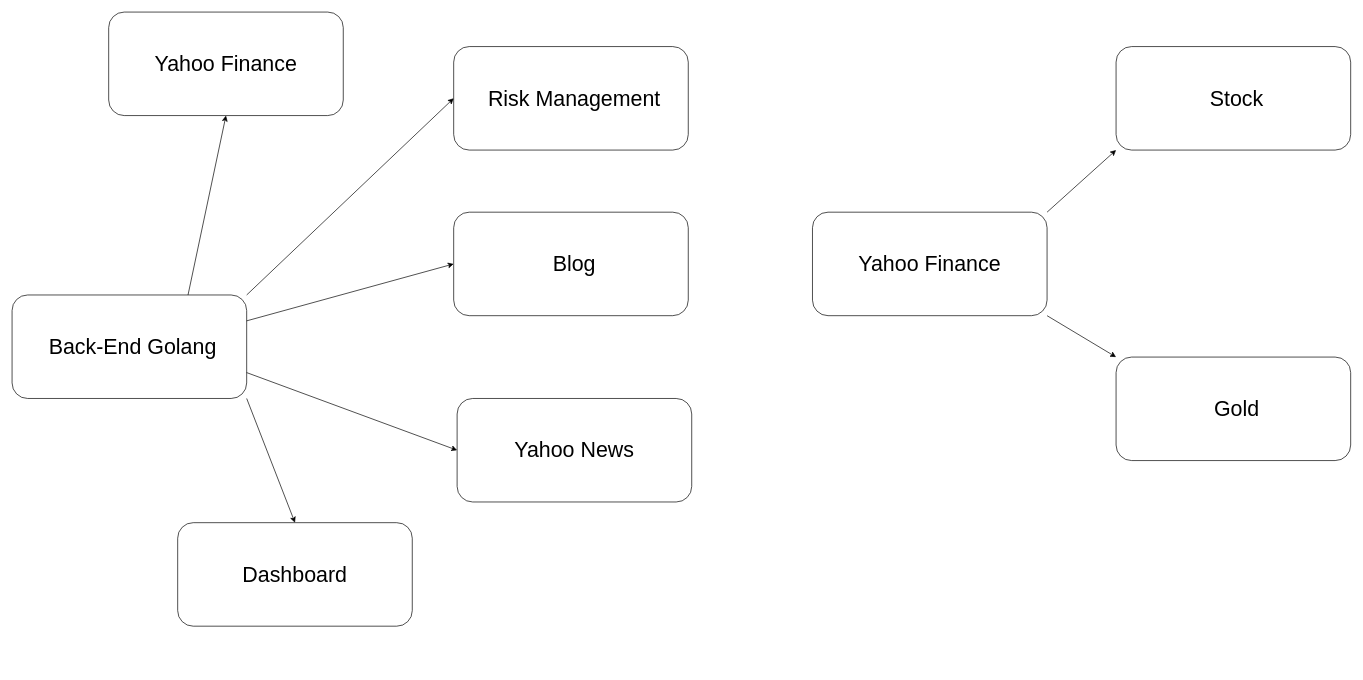
nes224/Golang-Quant-ML-Trading-Platform keeps this draw.io diagram as quant.drawio. Above is the earlier version. Source tidied: cells renumbered, new cells numbered last; positions are measured from the earlier drawing's top-left corner, leaving out a move shared by most shapes. Both pictures are drawn from the tidied source at 69%, with x=0, y=0 at pixel (12, 12).
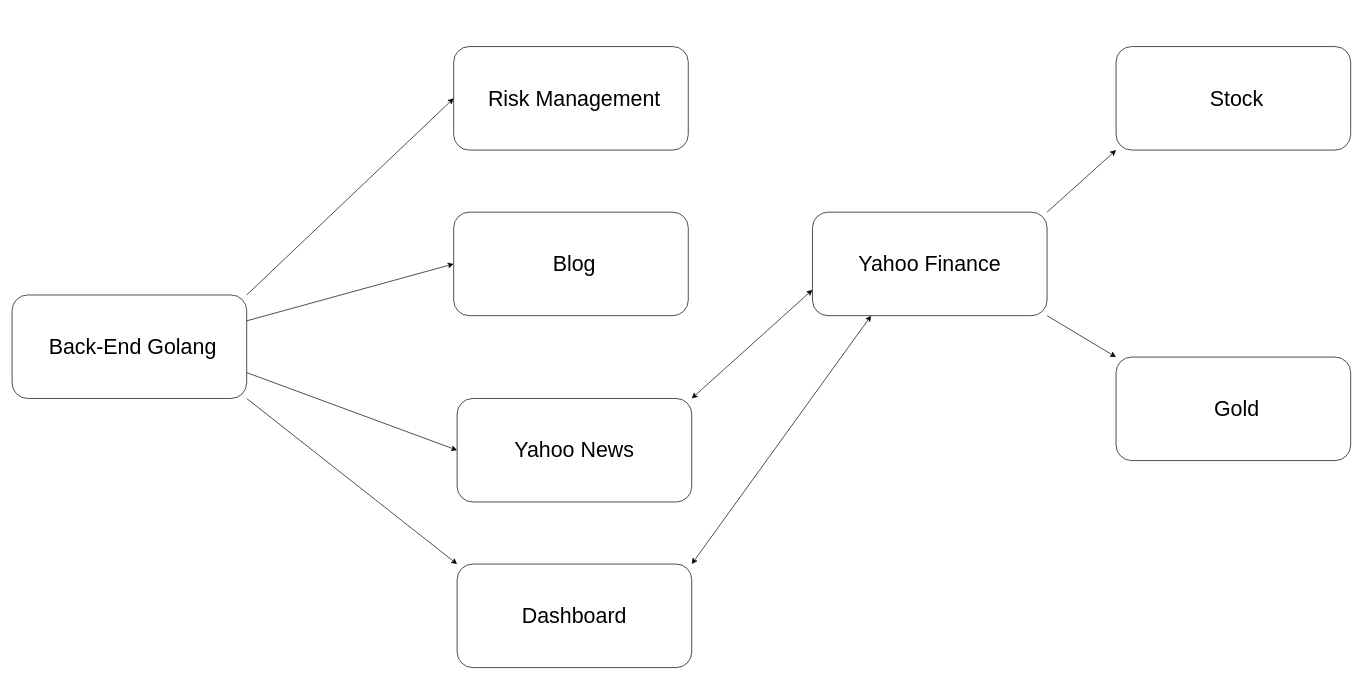
The same page after the edit.

Unchanged cells that the change refers to:
```xml
<mxCell id="2" style="rounded=1;whiteSpace=wrap;html=1;" parent="1" vertex="1">
  <mxGeometry y="410" width="340" height="150" as="geometry" />
</mxCell>
<mxCell id="8" style="rounded=1;whiteSpace=wrap;html=1;" parent="1" vertex="1">
  <mxGeometry x="645" y="560" width="340" height="150" as="geometry" />
</mxCell>
<mxCell id="19" style="rounded=1;whiteSpace=wrap;html=1;" parent="1" vertex="1">
  <mxGeometry x="1160" y="290" width="340" height="150" as="geometry" />
</mxCell>
```

Diff of the diagram source:
```diff
@@
     <mxCell id="13" style="rounded=1;whiteSpace=wrap;html=1;" parent="1" vertex="1">
-      <mxGeometry x="240" y="740" width="340" height="150" as="geometry" />
+      <mxGeometry x="645" y="800" width="340" height="150" as="geometry" />
     </mxCell>
     <mxCell id="14" value="&lt;span style=&quot;font-size: 31px;&quot;&gt;Dashboard&lt;/span&gt;" style="text;html=1;whiteSpace=wrap;strokeColor=none;fillColor=none;align=center;verticalAlign=middle;rounded=0;fontFamily=Helvetica;fontSize=12;fontColor=default;" parent="1" vertex="1">
-      <mxGeometry x="265" y="800" width="290" height="30" as="geometry" />
+      <mxGeometry x="670" y="860" width="290" height="30" as="geometry" />
     </mxCell>
-    <mxCell id="15" style="endArrow=classic;html=1;rounded=0;fontFamily=Helvetica;fontSize=12;fontColor=default;exitX=1;exitY=1;exitDx=0;exitDy=0;entryX=0.5;entryY=0;entryDx=0;entryDy=0;" parent="1" edge="1" source="2" target="13">
+    <mxCell id="15" style="endArrow=classic;html=1;rounded=0;fontFamily=Helvetica;fontSize=12;fontColor=default;exitX=1;exitY=1;exitDx=0;exitDy=0;entryX=0;entryY=0;entryDx=0;entryDy=0;" parent="1" edge="1" source="2" target="13">
       <mxGeometry relative="1" as="geometry" />
     </mxCell>
-    <mxCell id="16" style="rounded=1;whiteSpace=wrap;html=1;" parent="1" vertex="1">
-      <mxGeometry x="140" width="340" height="150" as="geometry" />
-    </mxCell>
-    <mxCell id="17" value="&lt;span style=&quot;font-size: 31px;&quot;&gt;Yahoo Finance&lt;/span&gt;" style="text;html=1;whiteSpace=wrap;strokeColor=none;fillColor=none;align=center;verticalAlign=middle;rounded=0;fontFamily=Helvetica;fontSize=12;fontColor=default;" parent="1" vertex="1">
-      <mxGeometry x="165" y="60" width="290" height="30" as="geometry" />
-    </mxCell>
-    <mxCell id="18" style="endArrow=classic;html=1;rounded=0;fontFamily=Helvetica;fontSize=12;fontColor=default;entryX=0.5;entryY=1;entryDx=0;entryDy=0;exitX=0.75;exitY=0;exitDx=0;exitDy=0;" parent="1" edge="1" source="2" target="16">
-      <mxGeometry relative="1" as="geometry" />
-    </mxCell>
@@
+    <mxCell id="27" style="endArrow=classic;startArrow=classic;html=1;rounded=0;fontFamily=Helvetica;fontSize=12;fontColor=default;exitX=1;exitY=0;exitDx=0;exitDy=0;entryX=0.25;entryY=1;entryDx=0;entryDy=0;" parent="1" edge="1" source="13" target="19">
+      <mxGeometry relative="1" as="geometry" />
+    </mxCell>
+    <mxCell id="28" style="endArrow=classic;startArrow=classic;html=1;rounded=0;fontFamily=Helvetica;fontSize=12;fontColor=default;entryX=0;entryY=0.75;entryDx=0;entryDy=0;exitX=1;exitY=0;exitDx=0;exitDy=0;" parent="1" edge="1" source="8" target="19">
+      <mxGeometry relative="1" as="geometry" />
+    </mxCell>
```
